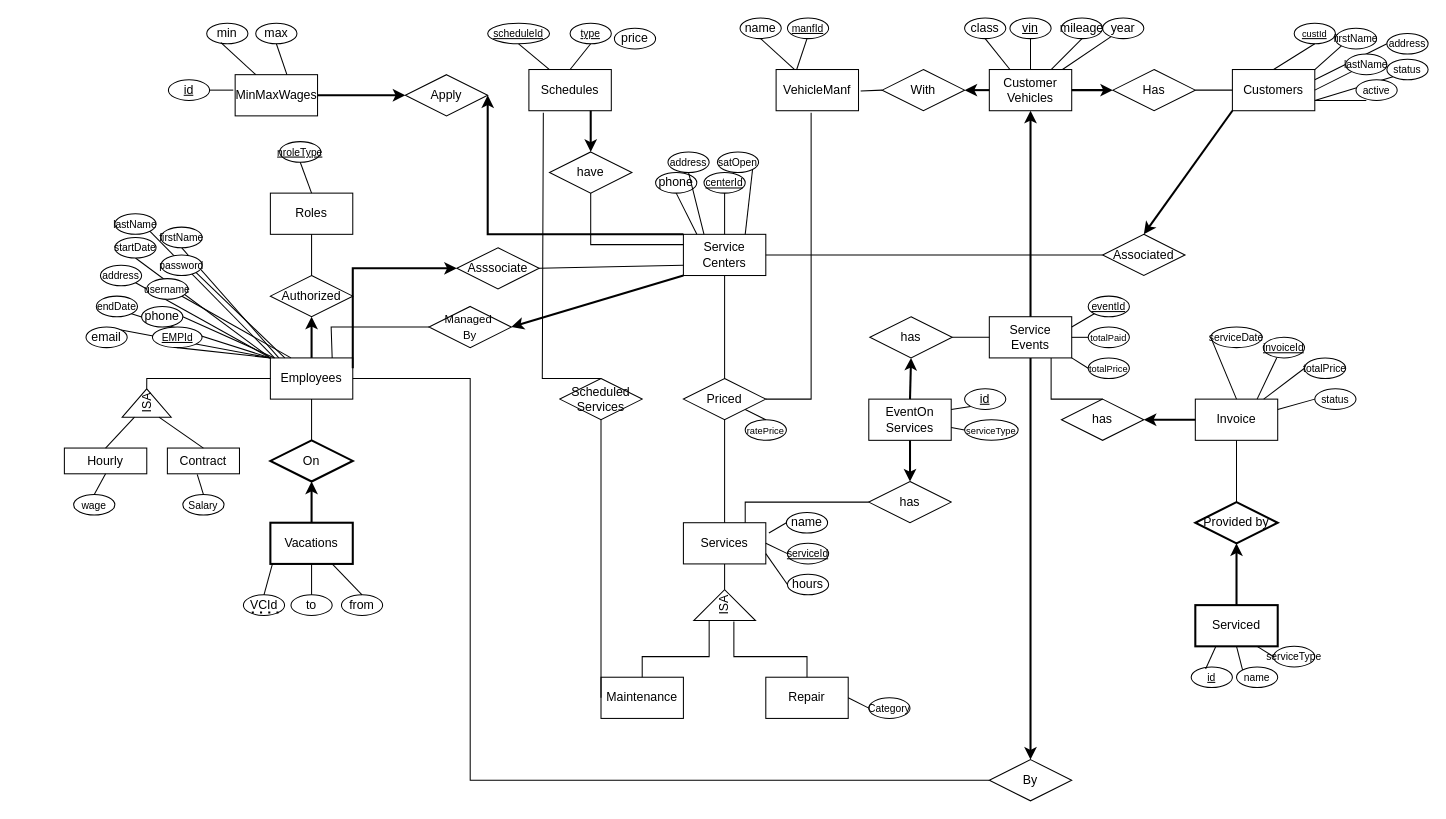
Before: Deana/CarServiceCenter.drawio in deanaf0702/Auto-Repair-and-Service-Management-System, a draw.io diagram. Source tidied: cells renumbered, new cells numbered last; positions are measured from the earlier drawing's top-left corner, leaving out a move shared by most shapes. Both pictures are drawn from the tidied source at 103%, with x=0, y=0 at pixel (64, 18).
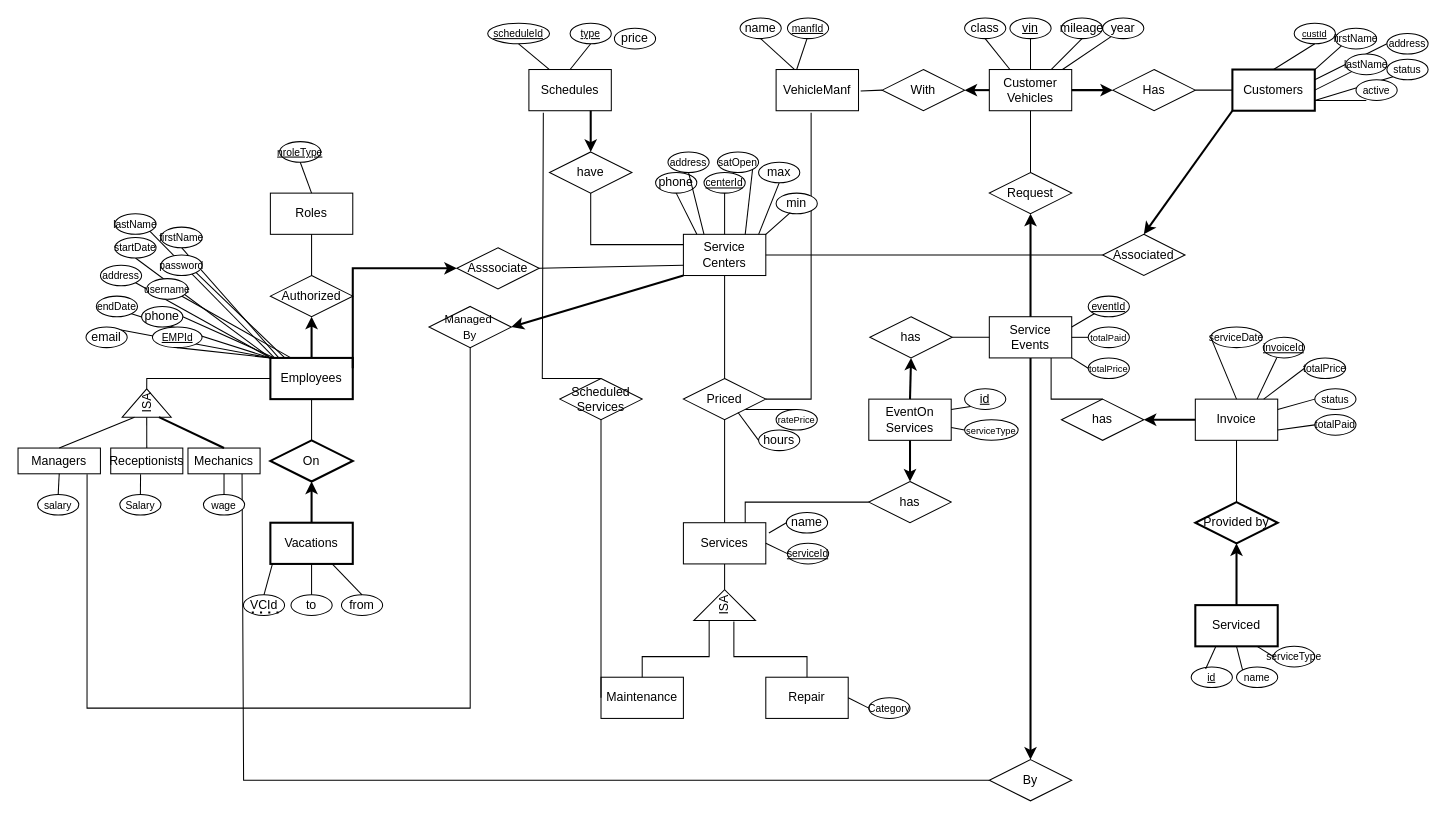
After the change.

The change refers to these unchanged cells:
```xml
<mxCell id="14" value="Services" style="rounded=0;whiteSpace=wrap;html=1;" parent="1" vertex="1">
  <mxGeometry x="601" y="490" width="80" height="40" as="geometry" />
</mxCell>
<mxCell id="15" value="Service&lt;br&gt;Centers" style="rounded=0;whiteSpace=wrap;html=1;" parent="1" vertex="1">
  <mxGeometry x="601" y="210" width="80" height="40" as="geometry" />
</mxCell>
<mxCell id="18" value="Service&lt;br&gt;Events" style="rounded=0;whiteSpace=wrap;html=1;" parent="1" vertex="1">
  <mxGeometry x="898" y="290" width="80" height="40" as="geometry" />
</mxCell>
<mxCell id="24" value="Priced" style="rhombus;whiteSpace=wrap;html=1;" parent="1" vertex="1">
  <mxGeometry x="601" y="350" width="80" height="40" as="geometry" />
</mxCell>
<mxCell id="27" value="By" style="rhombus;whiteSpace=wrap;html=1;" parent="1" vertex="1">
  <mxGeometry x="898" y="720" width="80" height="40" as="geometry" />
</mxCell>
<mxCell id="46" value="ISA" style="triangle;whiteSpace=wrap;html=1;rotation=270;" parent="1" vertex="1">
  <mxGeometry x="66.2" y="350" width="27.5" height="47.5" as="geometry" />
</mxCell>
<mxCell id="56" value="&lt;font style=&quot;font-size: 11px;&quot;&gt;Managed&amp;nbsp;&lt;br&gt;By&lt;/font&gt;" style="rhombus;whiteSpace=wrap;html=1;" parent="1" vertex="1">
  <mxGeometry x="354" y="280" width="80" height="40" as="geometry" />
</mxCell>
<mxCell id="65" value="Invoice" style="rounded=0;whiteSpace=wrap;html=1;" parent="1" vertex="1">
  <mxGeometry x="1098" y="370" width="80" height="40" as="geometry" />
</mxCell>
<mxCell id="134" value="Customer&lt;br&gt;Vehicles" style="rounded=0;whiteSpace=wrap;html=1;" parent="1" vertex="1">
  <mxGeometry x="898" y="50" width="80" height="40" as="geometry" />
</mxCell>
```

Change to the diagram source:
```diff
@@
-    <mxCell id="10" value="Employees" style="rounded=0;whiteSpace=wrap;html=1;" parent="1" vertex="1">
+    <mxCell id="10" value="Employees" style="rounded=0;whiteSpace=wrap;html=1;strokeWidth=2;" parent="1" vertex="1">
       <mxGeometry x="200" y="330" width="80" height="40" as="geometry" />
     </mxCell>
@@
-    <mxCell id="16" value="Customers" style="rounded=0;whiteSpace=wrap;html=1;" parent="1" vertex="1">
+    <mxCell id="16" value="Customers" style="rounded=0;whiteSpace=wrap;html=1;strokeWidth=2;" parent="1" vertex="1">
       <mxGeometry x="1134" y="50" width="80" height="40" as="geometry" />
     </mxCell>
@@
-    <mxCell id="41" style="endArrow=none;html=1;rounded=0;strokeWidth=1;jumpSize=6;exitX=1;exitY=0.5;exitDx=0;exitDy=0;entryX=0;entryY=0.5;entryDx=0;entryDy=0;" parent="1" edge="1" source="10" target="27">
+    <mxCell id="41" style="endArrow=none;html=1;rounded=0;strokeWidth=1;jumpSize=6;exitX=0.75;exitY=1;exitDx=0;exitDy=0;entryX=0;entryY=0.5;entryDx=0;entryDy=0;" parent="1" edge="1" source="191" target="27">
       <mxGeometry relative="1" as="geometry">
         <Array as="points">
-          <mxPoint x="394" y="350" />
-          <mxPoint x="394" y="740" />
+          <mxPoint x="174" y="740" />
         </Array>
       </mxGeometry>
     </mxCell>
@@
-    <mxCell id="43" style="endArrow=classic;html=1;rounded=0;strokeWidth=2;fontSize=10;exitX=0.5;exitY=0;exitDx=0;exitDy=0;" parent="1" edge="1" source="18" target="134">
-      <mxGeometry relative="1" as="geometry" />
-    </mxCell>
-    <mxCell id="44" value="Hourly" style="rounded=0;whiteSpace=wrap;html=1;" parent="1" vertex="1">
-      <mxGeometry y="417.5" width="80" height="25" as="geometry" />
+    <mxCell id="44" value="Managers" style="rounded=0;whiteSpace=wrap;html=1;" parent="1" vertex="1">
+      <mxGeometry x="-45" y="417.5" width="80" height="25" as="geometry" />
     </mxCell>
-    <mxCell id="45" value="Contract" style="rounded=0;whiteSpace=wrap;html=1;" parent="1" vertex="1">
-      <mxGeometry x="100" y="417.5" width="70" height="25" as="geometry" />
+    <mxCell id="45" value="Receptionists" style="rounded=0;whiteSpace=wrap;html=1;" parent="1" vertex="1">
+      <mxGeometry x="45" y="417.5" width="70" height="25" as="geometry" />
     </mxCell>
@@
-    <mxCell id="48" style="endArrow=none;html=1;rounded=0;exitX=0.5;exitY=0;exitDx=0;exitDy=0;entryX=0;entryY=0.75;entryDx=0;entryDy=0;" parent="1" edge="1" source="45" target="46">
+    <mxCell id="48" style="endArrow=none;html=1;rounded=0;exitX=0.5;exitY=0;exitDx=0;exitDy=0;entryX=0;entryY=0.5;entryDx=0;entryDy=0;" parent="1" edge="1" source="45" target="46">
       <mxGeometry relative="1" as="geometry" />
     </mxCell>
@@
     <mxCell id="61" value="&lt;font style=&quot;font-size: 10px;&quot;&gt;Salary&lt;/font&gt;" style="ellipse;whiteSpace=wrap;html=1;" parent="1" vertex="1">
-      <mxGeometry x="115" y="462.5" width="40" height="20" as="geometry" />
+      <mxGeometry x="53.8" y="462.5" width="40" height="20" as="geometry" />
     </mxCell>
@@
-    <mxCell id="69" value="&lt;font style=&quot;font-size: 10px;&quot;&gt;wage&lt;/font&gt;" style="ellipse;whiteSpace=wrap;html=1;" parent="1" vertex="1">
-      <mxGeometry x="9" y="462.5" width="40" height="20" as="geometry" />
+    <mxCell id="69" value="&lt;font style=&quot;font-size: 10px;&quot;&gt;salary&lt;/font&gt;" style="ellipse;whiteSpace=wrap;html=1;" parent="1" vertex="1">
+      <mxGeometry x="-26" y="462.5" width="40" height="20" as="geometry" />
     </mxCell>
@@
     <mxCell id="82" value="&lt;font style=&quot;font-size: 9px;&quot;&gt;ratePrice&lt;/font&gt;" style="ellipse;whiteSpace=wrap;html=1;" parent="1" vertex="1">
-      <mxGeometry x="661" y="390" width="40" height="20" as="geometry" />
+      <mxGeometry x="691" y="380" width="40" height="20" as="geometry" />
     </mxCell>
@@
-    <mxCell id="84" style="endArrow=none;html=1;rounded=0;strokeWidth=1;fontSize=12;entryX=0;entryY=0.5;entryDx=0;entryDy=0;exitX=0.75;exitY=0;exitDx=0;exitDy=0;" parent="1" edge="1" source="10" target="56">
+    <mxCell id="84" style="endArrow=none;html=1;rounded=0;strokeWidth=1;fontSize=12;entryX=0.5;entryY=1;entryDx=0;entryDy=0;exitX=0.838;exitY=1.02;exitDx=0;exitDy=0;exitPerimeter=0;" parent="1" edge="1" source="44" target="56">
       <mxGeometry relative="1" as="geometry">
         <Array as="points">
-          <mxPoint x="259" y="300" />
+          <mxPoint x="22" y="670" />
+          <mxPoint x="394" y="670" />
         </Array>
       </mxGeometry>
     </mxCell>
@@
     <mxCell id="89" value="max" style="ellipse;whiteSpace=wrap;html=1;" parent="1" vertex="1">
-      <mxGeometry x="185.8" y="5" width="40" height="20" as="geometry" />
+      <mxGeometry x="674" y="140" width="40" height="20" as="geometry" />
     </mxCell>
     <mxCell id="90" value="min" style="ellipse;whiteSpace=wrap;html=1;" parent="1" vertex="1">
-      <mxGeometry x="138.2" y="5" width="40" height="20" as="geometry" />
+      <mxGeometry x="691" y="170" width="40" height="20" as="geometry" />
     </mxCell>
-    <mxCell id="91" value="MinMaxWages" style="rounded=0;whiteSpace=wrap;html=1;" parent="1" vertex="1">
-      <mxGeometry x="165.8" y="55" width="80" height="40" as="geometry" />
-    </mxCell>
-    <mxCell id="92" value="Apply" style="rhombus;whiteSpace=wrap;html=1;" parent="1" vertex="1">
-      <mxGeometry x="331" y="55" width="80" height="40" as="geometry" />
-    </mxCell>
-    <mxCell id="93" style="endArrow=classic;html=1;rounded=0;strokeWidth=2;entryX=0;entryY=0.5;entryDx=0;entryDy=0;exitX=1;exitY=0.5;exitDx=0;exitDy=0;" parent="1" edge="1" source="91" target="92">
-      <mxGeometry relative="1" as="geometry" />
-    </mxCell>
@@
-    <mxCell id="106" style="endArrow=none;html=1;rounded=0;entryX=0.344;entryY=0.95;entryDx=0;entryDy=0;entryPerimeter=0;exitX=0.25;exitY=0;exitDx=0;exitDy=0;" parent="1" edge="1" source="91" target="90">
+    <mxCell id="106" style="endArrow=none;html=1;rounded=0;entryX=0.344;entryY=0.95;entryDx=0;entryDy=0;entryPerimeter=0;exitX=1;exitY=0;exitDx=0;exitDy=0;" parent="1" edge="1" source="15" target="90">
       <mxGeometry relative="1" as="geometry" />
     </mxCell>
-    <mxCell id="107" style="endArrow=none;html=1;rounded=0;entryX=0.5;entryY=1;entryDx=0;entryDy=0;exitX=0.628;exitY=0;exitDx=0;exitDy=0;exitPerimeter=0;" parent="1" edge="1" source="91" target="89">
+    <mxCell id="107" style="endArrow=none;html=1;rounded=0;entryX=0.5;entryY=1;entryDx=0;entryDy=0;exitX=0.913;exitY=0;exitDx=0;exitDy=0;exitPerimeter=0;" parent="1" edge="1" source="15" target="89">
       <mxGeometry relative="1" as="geometry" />
     </mxCell>
@@
-    <mxCell id="119" style="endArrow=classic;html=1;rounded=0;strokeWidth=2;fontSize=10;entryX=1;entryY=0.5;entryDx=0;entryDy=0;exitX=0;exitY=0;exitDx=0;exitDy=0;" parent="1" edge="1" source="15" target="92">
-      <mxGeometry relative="1" as="geometry">
-        <Array as="points">
-          <mxPoint x="411" y="210" />
-        </Array>
-      </mxGeometry>
-    </mxCell>
@@
     <mxCell id="122" value="hours" style="ellipse;whiteSpace=wrap;html=1;" parent="1" vertex="1">
-      <mxGeometry x="702" y="540" width="40" height="20" as="geometry" />
+      <mxGeometry x="674" y="400" width="40" height="20" as="geometry" />
     </mxCell>
@@
-    <mxCell id="124" value="&lt;u&gt;id&lt;/u&gt;" style="ellipse;whiteSpace=wrap;html=1;" parent="1" vertex="1">
-      <mxGeometry x="101" y="60" width="40" height="20" as="geometry" />
-    </mxCell>
@@
-    <mxCell id="129" style="endArrow=none;html=1;rounded=0;strokeWidth=1;fontSize=10;entryX=1;entryY=0.5;entryDx=0;entryDy=0;" parent="1" edge="1" target="124">
-      <mxGeometry relative="1" as="geometry">
-        <mxPoint x="164" y="70" as="sourcePoint" />
-      </mxGeometry>
-    </mxCell>
@@
-    <mxCell id="133" style="endArrow=none;html=1;rounded=0;strokeWidth=1;fontSize=10;exitX=1;exitY=0.75;exitDx=0;exitDy=0;entryX=0;entryY=0.5;entryDx=0;entryDy=0;" parent="1" edge="1" source="14" target="122">
+    <mxCell id="133" style="endArrow=none;html=1;rounded=0;strokeWidth=1;fontSize=10;exitX=0.663;exitY=0.825;exitDx=0;exitDy=0;entryX=0;entryY=0.5;entryDx=0;entryDy=0;exitPerimeter=0;" parent="1" edge="1" source="24" target="122">
       <mxGeometry relative="1" as="geometry" />
     </mxCell>
@@
+    <mxCell id="189" value="&lt;font style=&quot;font-size: 10px;&quot;&gt;totalPaid&lt;/font&gt;" style="ellipse;whiteSpace=wrap;html=1;" parent="1" vertex="1">
+      <mxGeometry x="1214" y="385" width="40" height="20" as="geometry" />
+    </mxCell>
+    <mxCell id="190" style="endArrow=none;html=1;rounded=0;entryX=0;entryY=0.5;entryDx=0;entryDy=0;exitX=1;exitY=0.75;exitDx=0;exitDy=0;" parent="1" edge="1" source="65" target="189">
+      <mxGeometry relative="1" as="geometry" />
+    </mxCell>
+    <mxCell id="191" value="Mechanics" style="rounded=0;whiteSpace=wrap;html=1;" parent="1" vertex="1">
+      <mxGeometry x="120" y="417.5" width="70" height="25" as="geometry" />
+    </mxCell>
+    <mxCell id="192" style="endArrow=none;html=1;rounded=0;strokeWidth=2;entryX=0;entryY=0.75;entryDx=0;entryDy=0;exitX=0.5;exitY=0;exitDx=0;exitDy=0;" parent="1" edge="1" source="191" target="46">
+      <mxGeometry relative="1" as="geometry" />
+    </mxCell>
+    <mxCell id="193" value="&lt;font style=&quot;font-size: 10px;&quot;&gt;wage&lt;/font&gt;" style="ellipse;whiteSpace=wrap;html=1;" parent="1" vertex="1">
+      <mxGeometry x="135" y="462.5" width="40" height="20" as="geometry" />
+    </mxCell>
+    <mxCell id="194" style="endArrow=none;html=1;rounded=0;strokeWidth=1;exitX=0.5;exitY=0;exitDx=0;exitDy=0;entryX=0.5;entryY=1;entryDx=0;entryDy=0;" parent="1" edge="1" source="193" target="191">
+      <mxGeometry relative="1" as="geometry" />
+    </mxCell>
+    <mxCell id="195" value="Request" style="rhombus;whiteSpace=wrap;html=1;" parent="1" vertex="1">
+      <mxGeometry x="898" y="150" width="80" height="40" as="geometry" />
+    </mxCell>
+    <mxCell id="196" style="endArrow=classic;html=1;rounded=0;strokeWidth=2;entryX=0.5;entryY=1;entryDx=0;entryDy=0;exitX=0.5;exitY=0;exitDx=0;exitDy=0;" parent="1" edge="1" source="18" target="195">
+      <mxGeometry relative="1" as="geometry" />
+    </mxCell>
+    <mxCell id="197" style="endArrow=none;html=1;rounded=0;strokeWidth=1;entryX=0.5;entryY=1;entryDx=0;entryDy=0;exitX=0.5;exitY=0;exitDx=0;exitDy=0;" parent="1" edge="1" source="195" target="134">
+      <mxGeometry relative="1" as="geometry" />
+    </mxCell>
```
